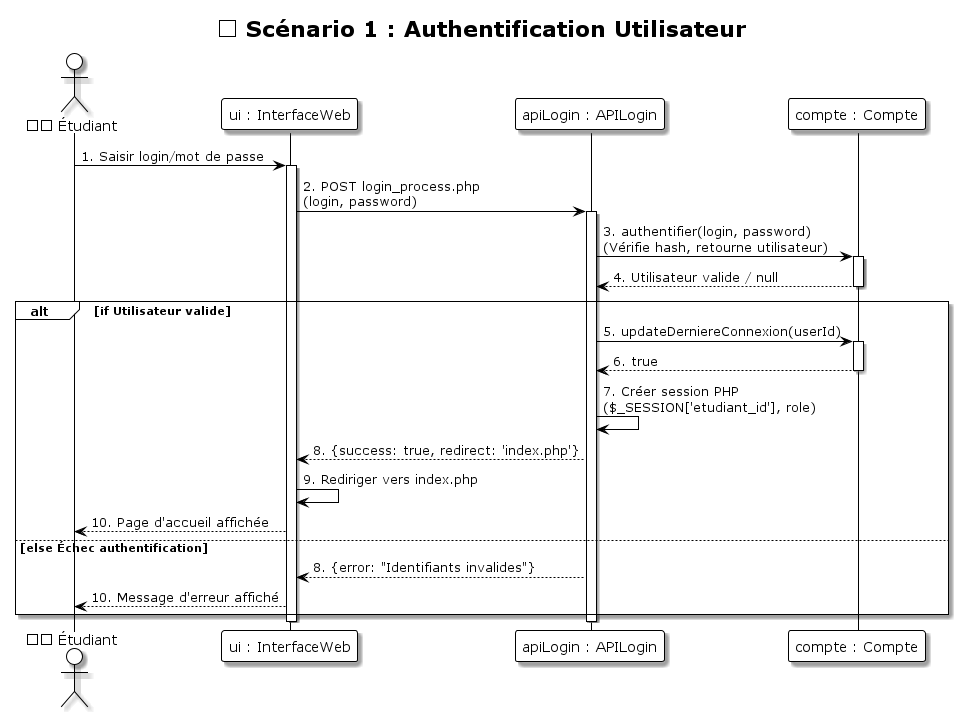
Above: UML/diagrammes_sequence/Sequence_01_Authentification.png in LLAbdul/LLAbdul-projet-tutoplus (PlantUML), before the change.
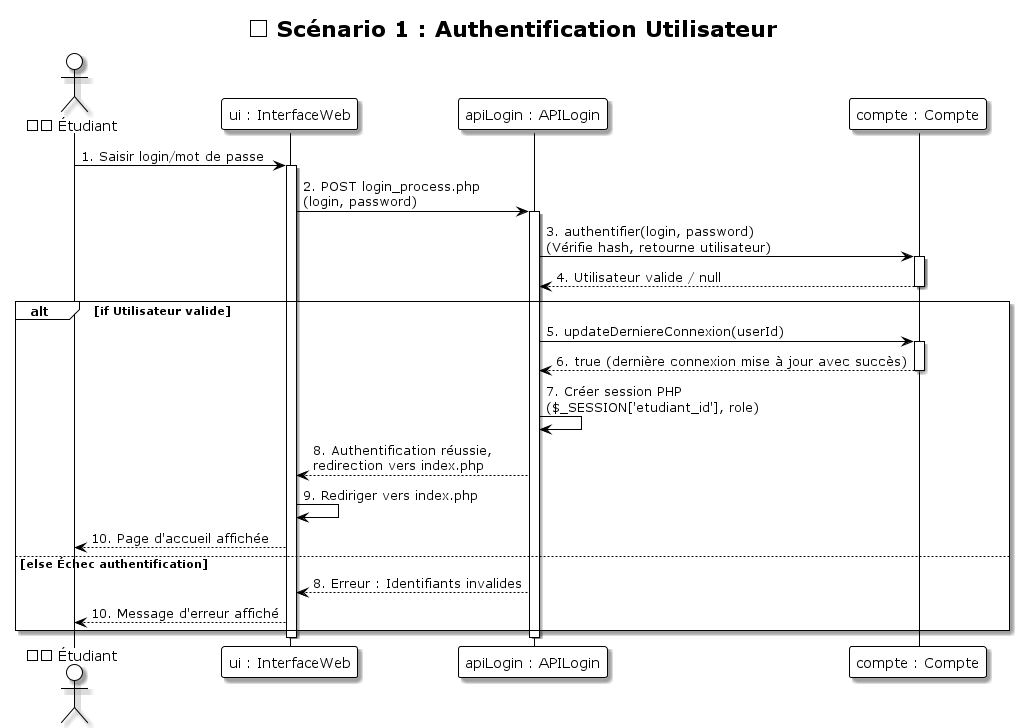
Above is the later version.

Commit message:
mise à jour des diagrammes de séquence pour refléter les dernières modifications

The edit, as a diff of the source:
```diff
@@ -24,15 +24,15 @@
 alt if Utilisateur valide
     API -> Compte: 5. updateDerniereConnexion(userId)
     activate Compte
-    Compte --> API: 6. true
+    Compte --> API: 6. true (dernière connexion mise à jour avec succès)
     deactivate Compte
 
     API -> API: 7. Créer session PHP\n($_SESSION['etudiant_id'], role)
-    API --> UI: 8. {success: true, redirect: 'index.php'}
+    API --> UI: 8. Authentification réussie,\nredirection vers index.php
     UI -> UI: 9. Rediriger vers index.php
     UI --> Etudiant: 10. Page d'accueil affichée
 else else Échec authentification
-    API --> UI: 8. {error: "Identifiants invalides"}
+    API --> UI: 8. Erreur : Identifiants invalides
     UI --> Etudiant: 10. Message d'erreur affiché
 end
 
```
